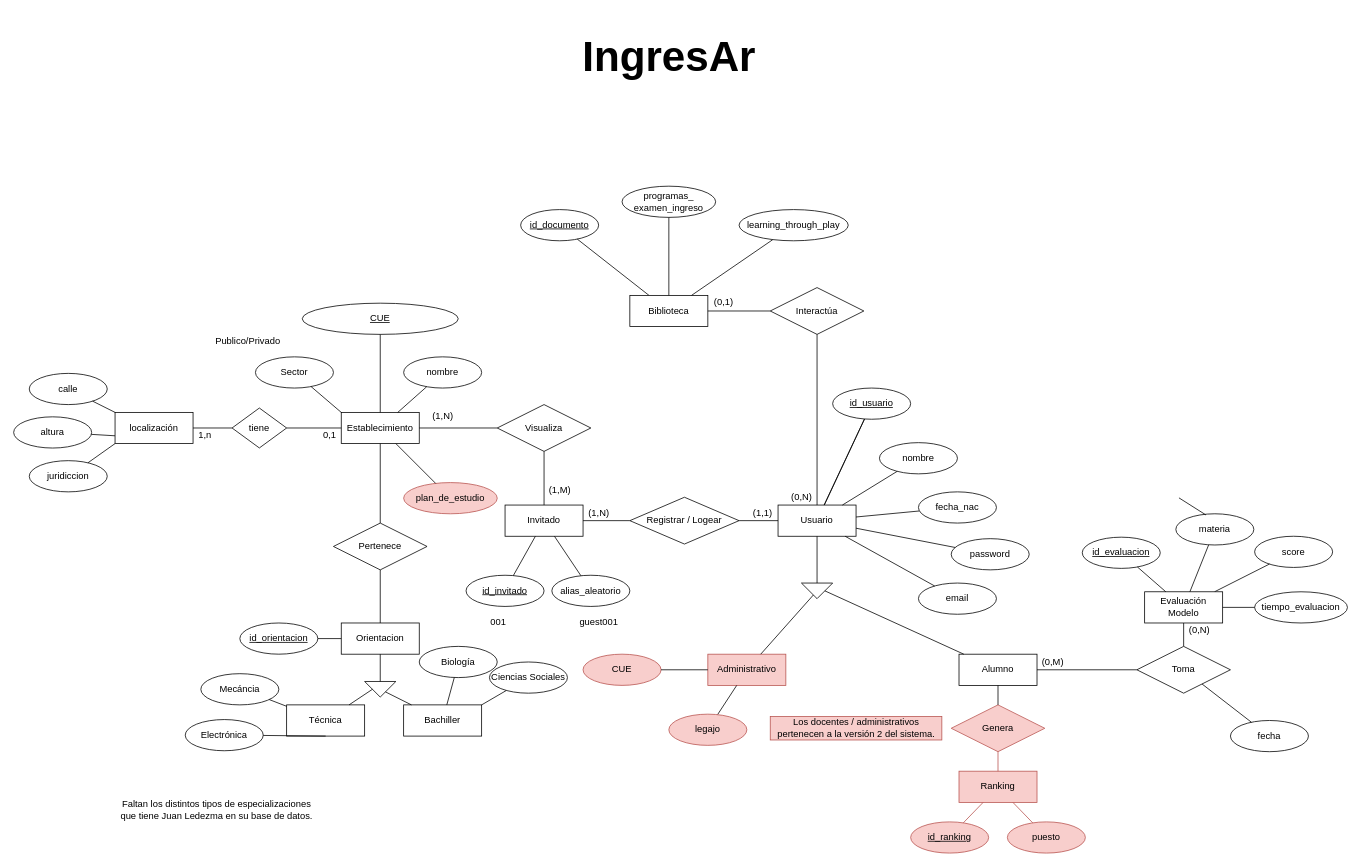
Above: page "MER" (1 of 3) of IngresAr.drawio in Ingres-Ar/Ingres.Ar (draw.io), before the change. Source tidied: cells renumbered, new cells numbered last; positions are measured from the earlier drawing's top-left corner, leaving out a move shared by most shapes. Both pictures are drawn from the tidied source at 78%, with x=0, y=0 at pixel (13, 13).
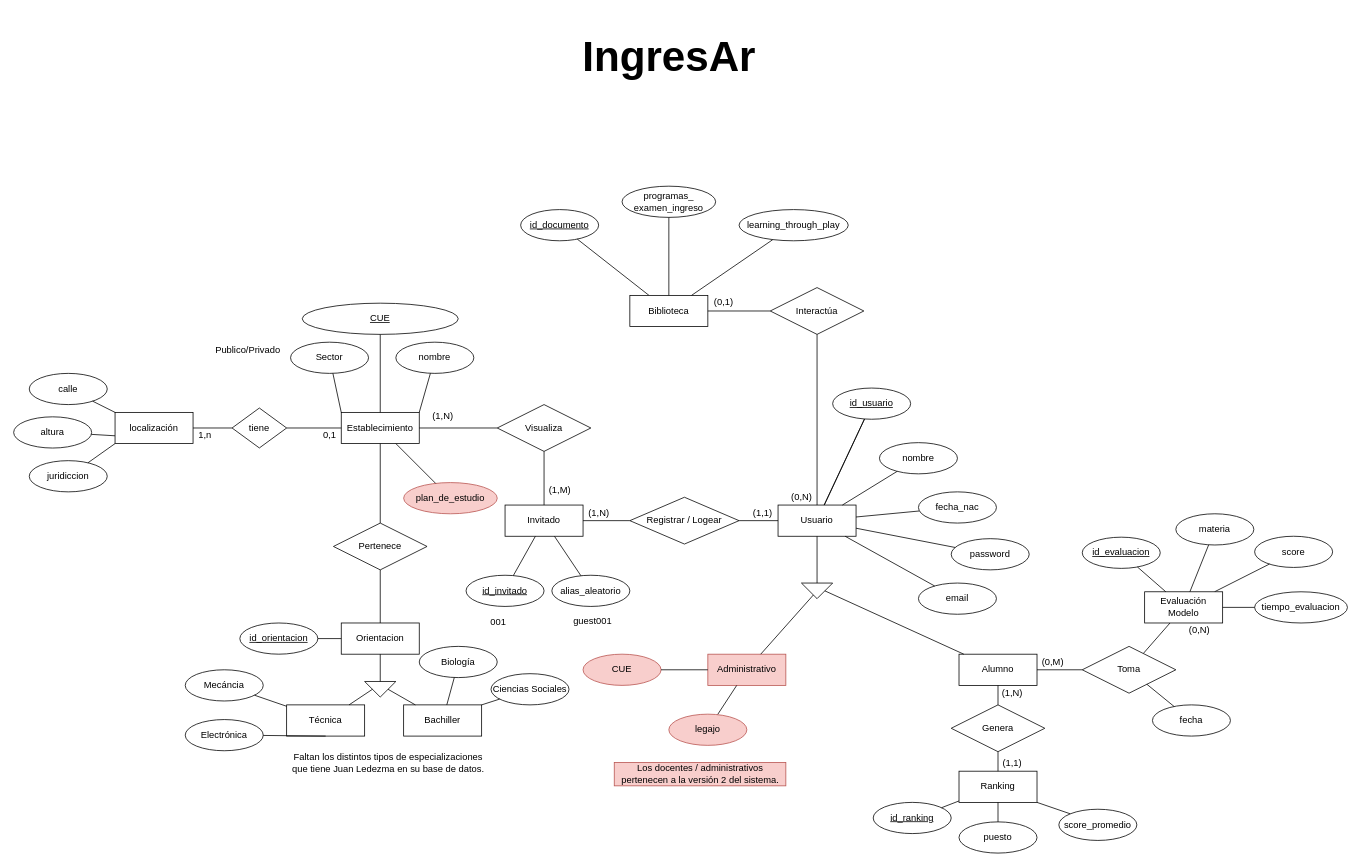
The same diagram, later.

Commit message (it also covers changes not shown here):
Idea de ranking

Se activó la entidad Ranking y se generó su cardinalidad como también la Table

The change refers to these unchanged cells:
```xml
<mxCell id="3" value="Establecimiento" style="whiteSpace=wrap;html=1;align=center;" parent="1" vertex="1">
  <mxGeometry x="420" y="511.2" width="100" height="40" as="geometry" />
</mxCell>
<mxCell id="12" value="Técnica" style="whiteSpace=wrap;html=1;align=center;" parent="1" vertex="1">
  <mxGeometry x="350" y="886.2" width="100" height="40" as="geometry" />
</mxCell>
<mxCell id="14" value="Bachiller" style="whiteSpace=wrap;html=1;align=center;" parent="1" vertex="1">
  <mxGeometry x="500" y="886.2" width="100" height="40" as="geometry" />
</mxCell>
<mxCell id="15" style="triangle;whiteSpace=wrap;html=1;rotation=90;" parent="1" vertex="1">
  <mxGeometry x="460" y="846.2" width="20" height="40" as="geometry" />
</mxCell>
```

Change to the diagram source:
```diff
@@
-    <mxCell id="17" style="endArrow=none;html=1;rounded=0;" parent="1" edge="1" source="14" target="15">
+    <mxCell id="17" style="endArrow=none;html=1;rounded=0;entryX=0.5;entryY=0;entryDx=0;entryDy=0;" parent="1" edge="1" source="14" target="15">
       <mxGeometry relative="1" as="geometry" />
     </mxCell>
@@
     <mxCell id="21" value="Mecáncia" style="ellipse;whiteSpace=wrap;html=1;align=center;" parent="1" vertex="1">
-      <mxGeometry x="240" y="846.2" width="100" height="40" as="geometry" />
+      <mxGeometry x="220" y="841.2" width="100" height="40" as="geometry" />
     </mxCell>
     <mxCell id="22" value="Ciencias Sociales" style="ellipse;whiteSpace=wrap;html=1;align=center;" parent="1" vertex="1">
-      <mxGeometry x="610" y="831.2" width="100" height="40" as="geometry" />
+      <mxGeometry x="612" y="846.2" width="100" height="40" as="geometry" />
     </mxCell>
@@
-    <mxCell id="24" style="endArrow=none;html=1;rounded=0;" parent="1" edge="1" source="21" target="12">
-      <mxGeometry relative="1" as="geometry" />
+    <mxCell id="24" style="endArrow=none;html=1;rounded=0;" parent="1" edge="1" source="21">
+      <mxGeometry relative="1" as="geometry">
+        <mxPoint x="350" y="888" as="targetPoint" />
+      </mxGeometry>
     </mxCell>
@@
     <mxCell id="54" value="Los docentes / administrativos&lt;br&gt;pertenecen a la versión 2 del sistema." style="text;html=1;align=center;verticalAlign=middle;fillColor=#f8cecc;strokeColor=#b85450;" parent="1" vertex="1">
-      <mxGeometry x="970" y="901.2" width="220" height="30" as="geometry" />
+      <mxGeometry x="770" y="960" width="220" height="30" as="geometry" />
     </mxCell>
     <mxCell id="55" value="nombre" style="ellipse;whiteSpace=wrap;html=1;align=center;" parent="1" vertex="1">
-      <mxGeometry x="500" y="440" width="100" height="40" as="geometry" />
+      <mxGeometry x="490" y="421.2" width="100" height="40" as="geometry" />
     </mxCell>
@@
-    <mxCell id="58" style="endArrow=none;html=1;rounded=0;" parent="1" edge="1" source="55" target="3">
+    <mxCell id="58" style="endArrow=none;html=1;rounded=0;entryX=1;entryY=0;entryDx=0;entryDy=0;" parent="1" edge="1" source="55" target="3">
       <mxGeometry relative="1" as="geometry" />
     </mxCell>
     <mxCell id="59" value="Faltan los distintos tipos de especializaciones&lt;br&gt;que tiene Juan Ledezma en su base de datos." style="text;html=1;align=center;verticalAlign=middle;" parent="1" vertex="1">
-      <mxGeometry x="130" y="1006.2" width="260" height="30" as="geometry" />
+      <mxGeometry x="350" y="946.2" width="260" height="30" as="geometry" />
     </mxCell>
@@
     <mxCell id="69" value="Toma" style="shape=rhombus;perimeter=rhombusPerimeter;whiteSpace=wrap;html=1;align=center;" parent="1" vertex="1">
-      <mxGeometry x="1440" y="811.2" width="120" height="60" as="geometry" />
+      <mxGeometry x="1370" y="811.2" width="120" height="60" as="geometry" />
     </mxCell>
@@
-    <mxCell id="75" style="endArrow=none;html=1;rounded=0;" parent="1" edge="1">
-      <mxGeometry relative="1" as="geometry">
-        <mxPoint x="1494" y="620.8" as="sourcePoint" />
-        <mxPoint x="1528.6" y="642.7" as="targetPoint" />
-      </mxGeometry>
-    </mxCell>
-    <mxCell id="76" value="Ranking" style="whiteSpace=wrap;html=1;align=center;fillColor=#f8cecc;strokeColor=#b85450;" parent="1" vertex="1">
+    <mxCell id="76" value="Ranking" style="whiteSpace=wrap;html=1;align=center;" parent="1" vertex="1">
       <mxGeometry x="1212" y="971.2" width="100" height="40" as="geometry" />
     </mxCell>
-    <mxCell id="77" style="endArrow=none;html=1;rounded=0;fillColor=#f8cecc;strokeColor=#b85450;" parent="1" edge="1" source="78" target="76">
+    <mxCell id="77" style="endArrow=none;html=1;rounded=0;" parent="1" edge="1" source="78" target="76">
       <mxGeometry relative="1" as="geometry" />
     </mxCell>
-    <mxCell id="78" value="Genera" style="shape=rhombus;perimeter=rhombusPerimeter;whiteSpace=wrap;html=1;align=center;fillColor=#f8cecc;strokeColor=#b85450;" parent="1" vertex="1">
+    <mxCell id="78" value="Genera" style="shape=rhombus;perimeter=rhombusPerimeter;whiteSpace=wrap;html=1;align=center;" parent="1" vertex="1">
       <mxGeometry x="1202" y="886.2" width="120" height="60" as="geometry" />
     </mxCell>
@@
-    <mxCell id="80" value="puesto" style="ellipse;whiteSpace=wrap;html=1;align=center;fillColor=#f8cecc;strokeColor=#b85450;" parent="1" vertex="1">
-      <mxGeometry x="1274" y="1036.2" width="100" height="40" as="geometry" />
+    <mxCell id="80" value="puesto" style="ellipse;whiteSpace=wrap;html=1;align=center;" parent="1" vertex="1">
+      <mxGeometry x="1212" y="1036.2" width="100" height="40" as="geometry" />
     </mxCell>
-    <mxCell id="81" value="id_ranking" style="ellipse;whiteSpace=wrap;html=1;align=center;fontStyle=4;fillColor=#f8cecc;strokeColor=#b85450;" parent="1" vertex="1">
-      <mxGeometry x="1150" y="1036.2" width="100" height="40" as="geometry" />
+    <mxCell id="81" value="id_ranking" style="ellipse;whiteSpace=wrap;html=1;align=center;fontStyle=4;" parent="1" vertex="1">
+      <mxGeometry x="1102" y="1011.2" width="100" height="40" as="geometry" />
     </mxCell>
-    <mxCell id="82" style="endArrow=none;html=1;rounded=0;fillColor=#f8cecc;strokeColor=#b85450;" parent="1" edge="1" source="81" target="76">
+    <mxCell id="82" style="endArrow=none;html=1;rounded=0;" parent="1" edge="1" source="81" target="76">
       <mxGeometry relative="1" as="geometry" />
     </mxCell>
-    <mxCell id="83" style="endArrow=none;html=1;rounded=0;fillColor=#f8cecc;strokeColor=#b85450;" parent="1" edge="1" source="80" target="76">
+    <mxCell id="83" style="endArrow=none;html=1;rounded=0;" parent="1" edge="1" source="80" target="76">
       <mxGeometry relative="1" as="geometry" />
     </mxCell>
@@
     <mxCell id="102" value="Sector" style="ellipse;whiteSpace=wrap;html=1;align=center;" parent="1" vertex="1">
-      <mxGeometry x="310" y="440" width="100" height="40" as="geometry" />
+      <mxGeometry x="355" y="421.2" width="100" height="40" as="geometry" />
     </mxCell>
@@
     <mxCell id="104" value="Publico/Privado" style="text;html=1;align=center;verticalAlign=middle;" parent="1" vertex="1">
-      <mxGeometry x="250" y="410" width="100" height="20" as="geometry" />
+      <mxGeometry x="250" y="421.2" width="100" height="20" as="geometry" />
     </mxCell>
@@
     <mxCell id="118" value="guest001" style="text;html=1;align=center;verticalAlign=middle;" parent="1" vertex="1">
-      <mxGeometry x="720" y="770" width="60" height="20" as="geometry" />
+      <mxGeometry x="712" y="769" width="60" height="20" as="geometry" />
     </mxCell>
@@
     <mxCell id="121" value="fecha" style="ellipse;whiteSpace=wrap;html=1;align=center;" parent="1" vertex="1">
-      <mxGeometry x="1560" y="906.2" width="100" height="40" as="geometry" />
+      <mxGeometry x="1460" y="886.2" width="100" height="40" as="geometry" />
     </mxCell>
@@
+    <mxCell id="123" value="(1,1)" style="text;html=1;align=center;verticalAlign=middle;" parent="1" vertex="1">
+      <mxGeometry x="1260" y="951.2" width="40" height="20" as="geometry" />
+    </mxCell>
+    <mxCell id="124" value="(1,N)" style="text;html=1;align=center;verticalAlign=middle;" parent="1" vertex="1">
+      <mxGeometry x="1260" y="861.2" width="40" height="20" as="geometry" />
+    </mxCell>
+    <mxCell id="125" value="score_promedio" style="ellipse;whiteSpace=wrap;html=1;align=center;" parent="1" vertex="1">
+      <mxGeometry x="1340" y="1020" width="100" height="40" as="geometry" />
+    </mxCell>
+    <mxCell id="126" style="endArrow=none;html=1;rounded=0;exitX=1;exitY=1;exitDx=0;exitDy=0;entryX=0;entryY=0;entryDx=0;entryDy=0;" parent="1" edge="1" source="76" target="125">
+      <mxGeometry relative="1" as="geometry" />
+    </mxCell>
```
